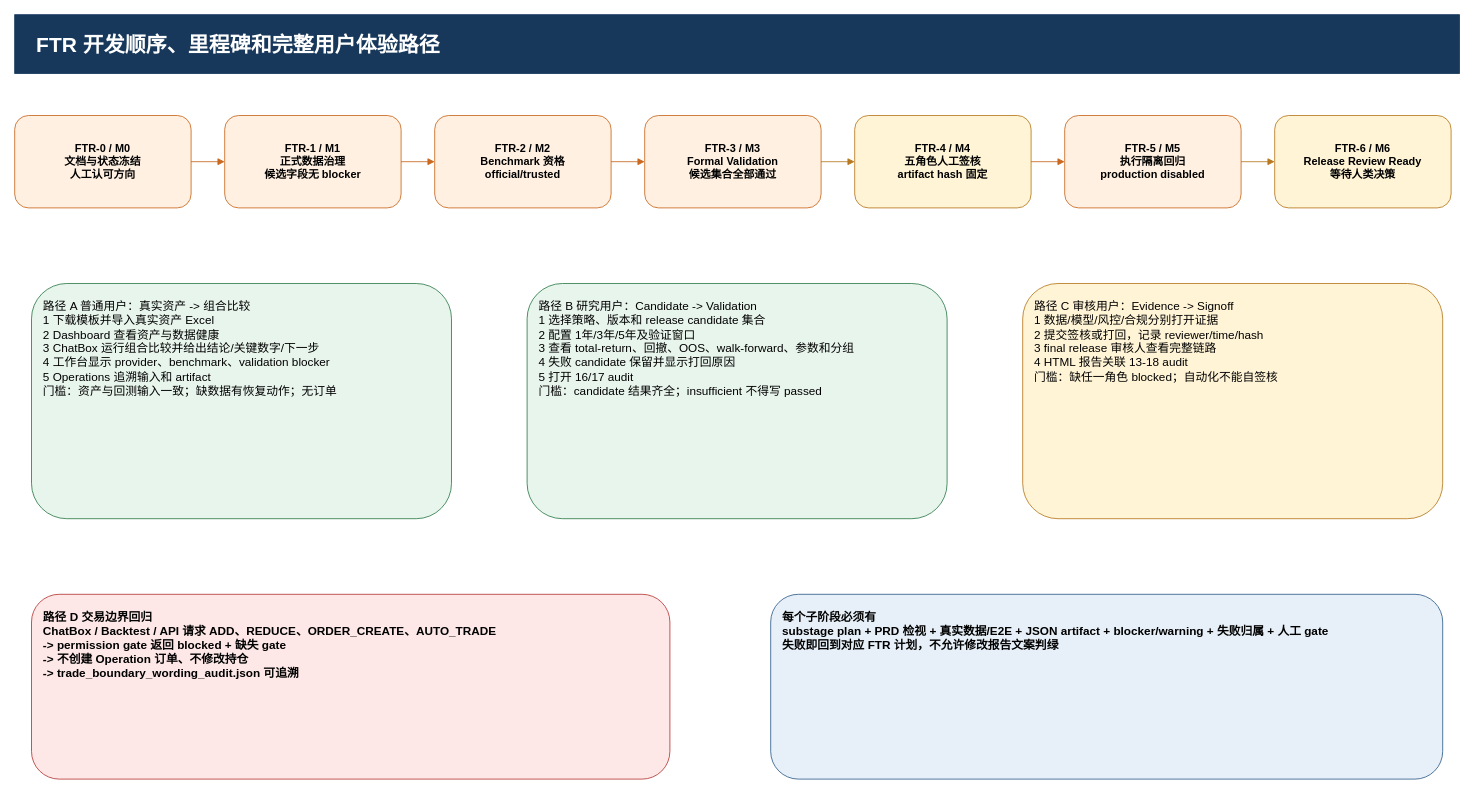
Earlier version of the draw.io diagram page "7 开发计划里程碑与用户路径" (7 of 8) of docs/target-architecture-gap.drawio (ljx418/FAMS). Source tidied: cells renumbered, new cells numbered last; positions are measured from the earlier drawing's top-left corner, leaving out a move shared by most shapes. Both pictures are drawn from the tidied source at 84%, with x=0, y=0 at pixel (14, 14).
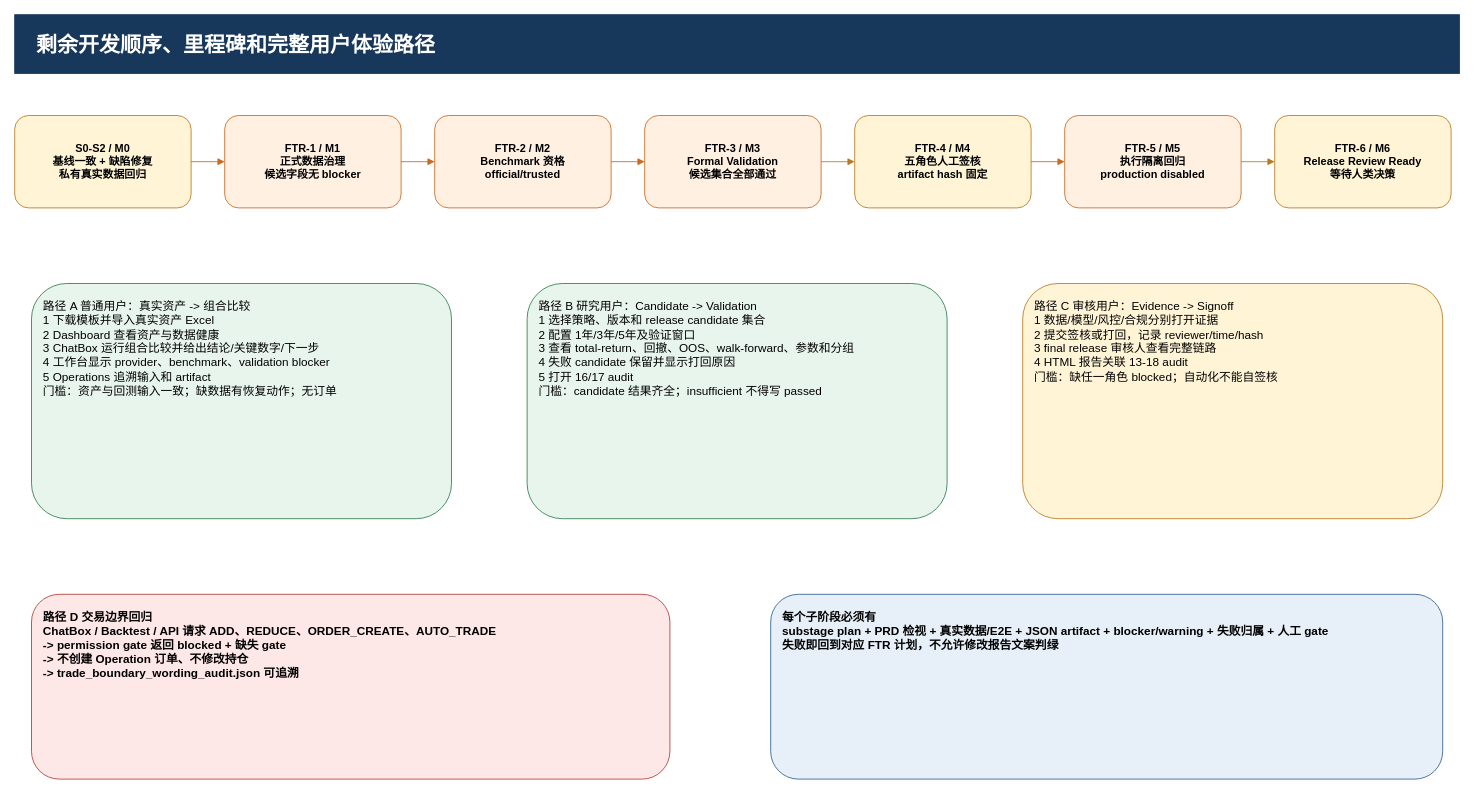
The same page after the edit.

The edit, as a diff of the source:
```diff
@@
-    <mxCell id="2" value="FTR 开发顺序、里程碑和完整用户体验路径" style="rounded=0;whiteSpace=wrap;html=1;fontFamily=Microsoft YaHei;fontSize=25;fontStyle=1;align=left;fillColor=#17385b;strokeColor=#17385b;fontColor=#ffffff;spacingLeft=24;" parent="1" vertex="1">
+    <mxCell id="2" value="剩余开发顺序、里程碑和完整用户体验路径" style="rounded=0;whiteSpace=wrap;html=1;fontFamily=Microsoft YaHei;fontSize=25;fontStyle=1;align=left;fillColor=#17385b;strokeColor=#17385b;fontColor=#ffffff;spacingLeft=24;" parent="1" vertex="1">
       <mxGeometry width="1720" height="70" as="geometry" />
     </mxCell>
-    <mxCell id="3" value="FTR-0 / M0&#10;文档与状态冻结&#10;人工认可方向" style="rounded=1;whiteSpace=wrap;html=1;fontFamily=Microsoft YaHei;fontSize=13;fontStyle=1;fillColor=#fff0e1;strokeColor=#c96820;" parent="1" vertex="1">
+    <mxCell id="3" value="S0-S2 / M0&#10;基线一致 + 缺陷修复&#10;私有真实数据回归" style="rounded=1;whiteSpace=wrap;html=1;fontFamily=Microsoft YaHei;fontSize=13;fontStyle=1;fillColor=#fff4d6;strokeColor=#b7791f;" parent="1" vertex="1">
       <mxGeometry y="120" width="210" height="110" as="geometry" />
     </mxCell>
```
